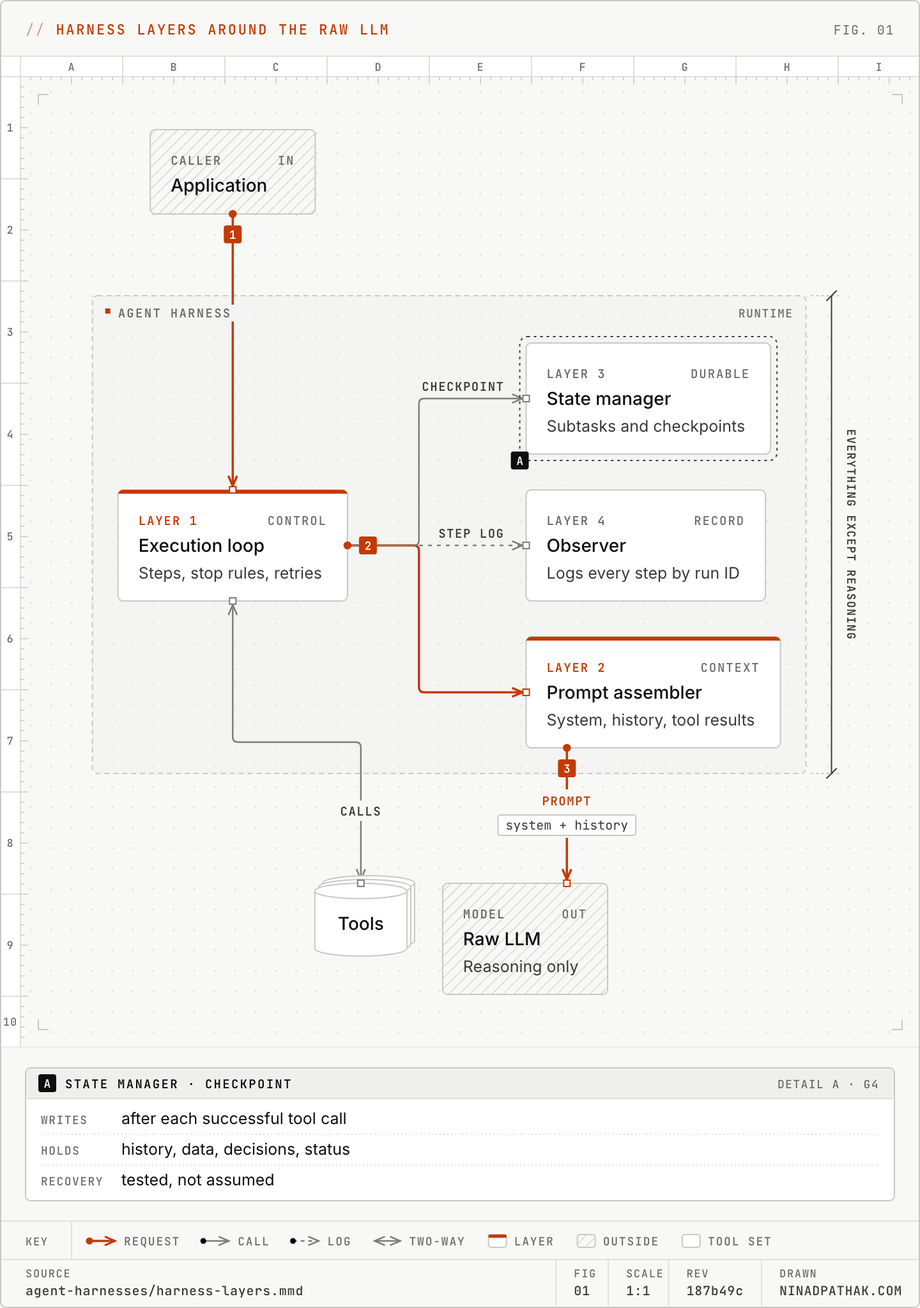
This is static/images/diagrams/agent-harnesses/harness-layers.light.png from ninadpathak/ninadpathak, a Mermaid export, as it was before one commit. Its source is kept beside it as content/diagrams/agent-harnesses/harness-layers.mmd.
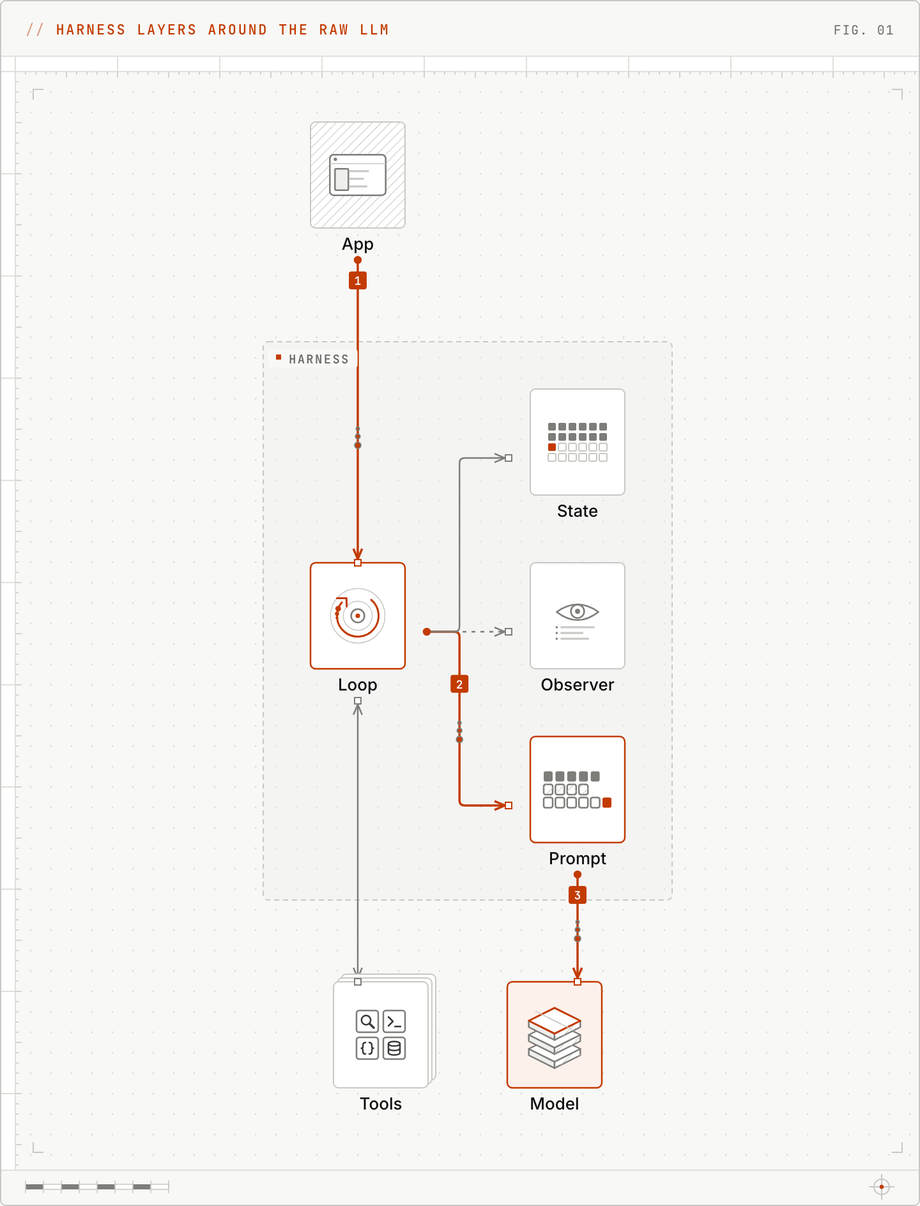
Above is the later version.

Change to the diagram source:
```diff
@@ -1,28 +1,17 @@
 flowchart TB
-  app["§Caller | In
-Application"]:::external
-  subgraph harness ["Agent harness | Runtime"]
+  app["App"]:::external
+  subgraph harness [Harness]
     direction LR
-    loop["§Layer 1 | Control
-Execution loop
-~Steps, stop rules, retries"]:::accent
-    prompt["§Layer 2 | Context
-Prompt assembler
-~System, history, tool results"]:::accent
-    state["§Layer 3 | Durable
-State manager
-~Subtasks and checkpoints"]
-    observer["§Layer 4 | Record
-Observer
-~Logs every step by run ID"]
+    loop["Loop"]:::accent
+    prompt["Prompt"]:::accent
+    state["State"]
+    observer["Observer"]
   end
-  llm["§Model | Out
-Raw LLM
-~Reasoning only"]:::external
-  tools[("Tools")]:::stack
+  llm["Model"]:::focal
+  tools["Tools"]:::stack
   app --> loop
   loop --> prompt
-  prompt -->|prompt :: system + history| llm
-  loop <-->|calls| tools
-  loop -->|checkpoint| state
-  loop -.->|step log| observer
+  prompt --> llm
+  loop <--> tools
+  loop --> state
+  loop -.-> observer
```
